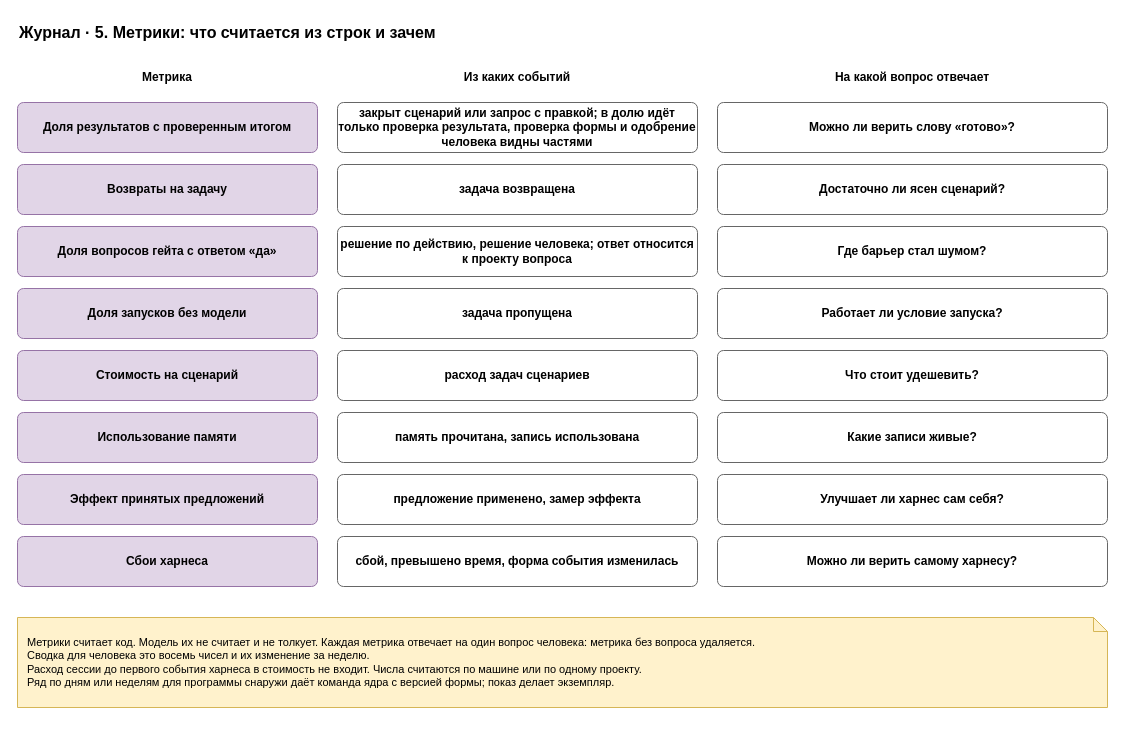
This is page "5. Метрики" (5 of 6) of docs/spec/harness-journal.drawio from roygkov/reins, a draw.io file, before an edit. Source tidied: cells renumbered, new cells numbered last; positions are measured from the earlier drawing's top-left corner, leaving out a move shared by most shapes. Both pictures are drawn from the tidied source at 100%, with x=0, y=0 at pixel (17, 17).
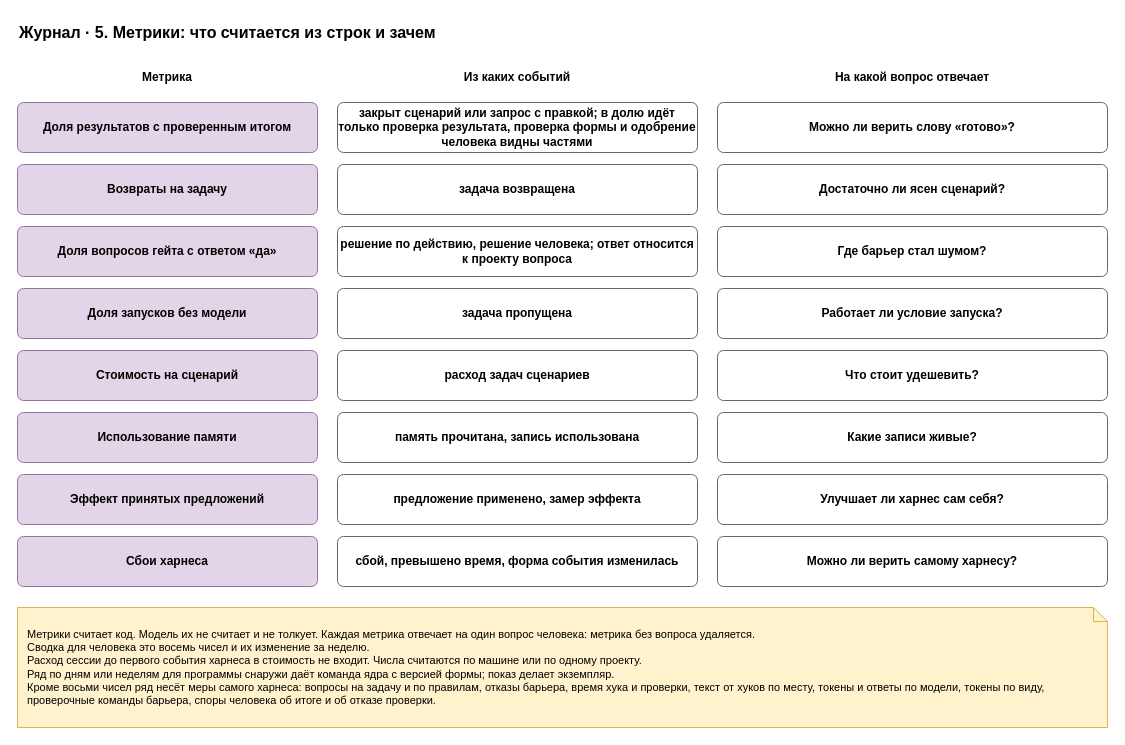
Above is the later version.

The edit, as a diff of the source:
```diff
@@
-    <mxCell id="30" value="Метрики считает код. Модель их не считает и не толкует. Каждая метрика отвечает на один вопрос человека: метрика без вопроса удаляется.&lt;br&gt;Сводка для человека это восемь чисел и их изменение за неделю.&lt;br&gt;Расход сессии до первого события харнеса в стоимость не входит. Числа считаются по машине или по одному проекту.&lt;br&gt;Ряд по дням или неделям для программы снаружи даёт команда ядра с версией формы; показ делает экземпляр." style="shape=note;whiteSpace=wrap;html=1;backgroundOutline=1;size=14;fillColor=#fff2cc;strokeColor=#d6b656;align=left;spacingLeft=8;spacingRight=8;fontSize=11;" parent="1" vertex="1">
-      <mxGeometry y="600" width="1090" height="90" as="geometry" />
+    <mxCell id="30" value="Метрики считает код. Модель их не считает и не толкует. Каждая метрика отвечает на один вопрос человека: метрика без вопроса удаляется.&lt;br&gt;Сводка для человека это восемь чисел и их изменение за неделю.&lt;br&gt;Расход сессии до первого события харнеса в стоимость не входит. Числа считаются по машине или по одному проекту.&lt;br&gt;Ряд по дням или неделям для программы снаружи даёт команда ядра с версией формы; показ делает экземпляр.&lt;br&gt;Кроме восьми чисел ряд несёт меры самого харнеса: вопросы на задачу и по правилам, отказы барьера, время хука и проверки, текст от хуков по месту, токены и ответы по модели, токены по виду, проверочные команды барьера, споры человека об итоге и об отказе проверки." style="shape=note;whiteSpace=wrap;html=1;backgroundOutline=1;size=14;fillColor=#fff2cc;strokeColor=#d6b656;align=left;spacingLeft=8;spacingRight=8;fontSize=11;" parent="1" vertex="1">
+      <mxGeometry y="590" width="1090" height="120" as="geometry" />
     </mxCell>
```
